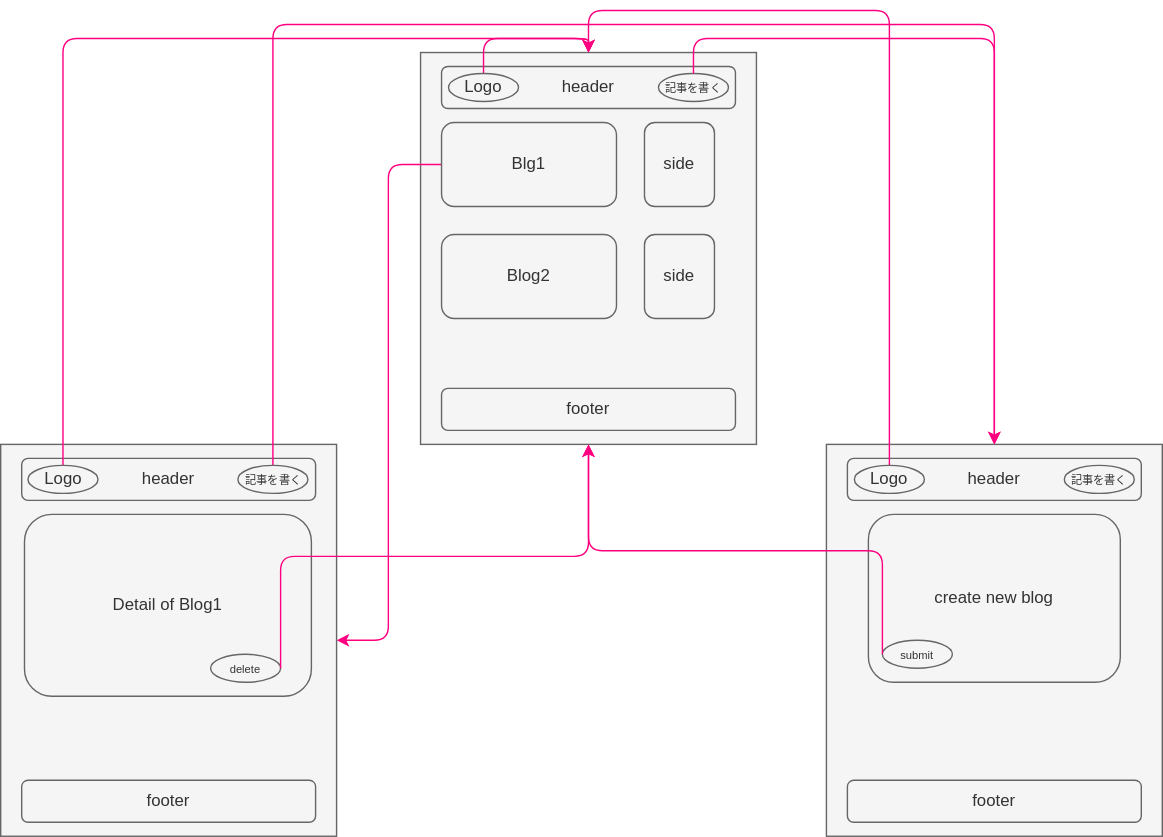
Before: screenImage.drawio.svg, a diagram exported from draw.io (exchange-wata/next.js14-tailwindcss-udemy-blog). Source tidied: cells renumbered, new cells last; positions are measured from the earlier drawing's top-left corner, leaving out a move shared by most shapes. The source it was exported from:
```xml
<mxGraphModel>
  <root>
    <mxCell id="0" />
    <mxCell id="1" parent="0" />
    <mxCell id="2" style="rounded=0;whiteSpace=wrap;html=1;fillColor=#f5f5f5;fontColor=#333333;strokeColor=#666666;" parent="1" vertex="1">
      <mxGeometry x="300" y="30" width="240" height="280" as="geometry" />
    </mxCell>
    <mxCell id="3" value="header" style="rounded=1;whiteSpace=wrap;html=1;fillColor=#f5f5f5;fontColor=#333333;strokeColor=#666666;" parent="1" vertex="1">
      <mxGeometry x="315" y="40" width="210" height="30" as="geometry" />
    </mxCell>
    <mxCell id="4" value="footer" style="rounded=1;whiteSpace=wrap;html=1;fillColor=#f5f5f5;fontColor=#333333;strokeColor=#666666;" parent="1" vertex="1">
      <mxGeometry x="315" y="270" width="210" height="30" as="geometry" />
    </mxCell>
    <mxCell id="5" style="edgeStyle=elbowEdgeStyle;html=1;exitX=0;exitY=0.5;exitDx=0;exitDy=0;entryX=1;entryY=0.5;entryDx=0;entryDy=0;strokeColor=#FF0080;fontColor=#000000;" parent="1" edge="1" source="6" target="14">
      <mxGeometry relative="1" as="geometry" />
    </mxCell>
    <mxCell id="6" value="Blg1" style="rounded=1;whiteSpace=wrap;html=1;fillColor=#f5f5f5;fontColor=#333333;strokeColor=#666666;" parent="1" vertex="1">
      <mxGeometry x="315" y="80" width="125" height="60" as="geometry" />
    </mxCell>
    <mxCell id="7" value="Blog2" style="rounded=1;whiteSpace=wrap;html=1;fillColor=#f5f5f5;fontColor=#333333;strokeColor=#666666;" parent="1" vertex="1">
      <mxGeometry x="315" y="160" width="125" height="60" as="geometry" />
    </mxCell>
    <mxCell id="8" value="side" style="rounded=1;whiteSpace=wrap;html=1;fillColor=#f5f5f5;fontColor=#333333;strokeColor=#666666;" parent="1" vertex="1">
      <mxGeometry x="460" y="80" width="50" height="60" as="geometry" />
    </mxCell>
    <mxCell id="9" value="side" style="rounded=1;whiteSpace=wrap;html=1;fillColor=#f5f5f5;fontColor=#333333;strokeColor=#666666;" parent="1" vertex="1">
      <mxGeometry x="460" y="160" width="50" height="60" as="geometry" />
    </mxCell>
    <mxCell id="10" style="rounded=0;whiteSpace=wrap;html=1;fillColor=#f5f5f5;fontColor=#333333;strokeColor=#666666;" parent="1" vertex="1">
      <mxGeometry x="590" y="310" width="240" height="280" as="geometry" />
    </mxCell>
    <mxCell id="11" value="header" style="rounded=1;whiteSpace=wrap;html=1;fillColor=#f5f5f5;fontColor=#333333;strokeColor=#666666;" parent="1" vertex="1">
      <mxGeometry x="605" y="320" width="210" height="30" as="geometry" />
    </mxCell>
    <mxCell id="12" value="footer" style="rounded=1;whiteSpace=wrap;html=1;fillColor=#f5f5f5;fontColor=#333333;strokeColor=#666666;" parent="1" vertex="1">
      <mxGeometry x="605" y="550" width="210" height="30" as="geometry" />
    </mxCell>
    <mxCell id="13" value="create new blog" style="rounded=1;whiteSpace=wrap;html=1;fillColor=#f5f5f5;fontColor=#333333;strokeColor=#666666;" parent="1" vertex="1">
      <mxGeometry x="620" y="360" width="180" height="120" as="geometry" />
    </mxCell>
    <mxCell id="14" style="rounded=0;whiteSpace=wrap;html=1;fillColor=#f5f5f5;fontColor=#333333;strokeColor=#666666;" parent="1" vertex="1">
      <mxGeometry y="310" width="240" height="280" as="geometry" />
    </mxCell>
    <mxCell id="15" value="header" style="rounded=1;whiteSpace=wrap;html=1;fillColor=#f5f5f5;fontColor=#333333;strokeColor=#666666;" parent="1" vertex="1">
      <mxGeometry x="15" y="320" width="210" height="30" as="geometry" />
    </mxCell>
    <mxCell id="16" value="footer" style="rounded=1;whiteSpace=wrap;html=1;fillColor=#f5f5f5;fontColor=#333333;strokeColor=#666666;" parent="1" vertex="1">
      <mxGeometry x="15" y="550" width="210" height="30" as="geometry" />
    </mxCell>
    <mxCell id="17" value="Detail of Blog1" style="rounded=1;whiteSpace=wrap;html=1;fillColor=#f5f5f5;fontColor=#333333;strokeColor=#666666;" parent="1" vertex="1">
      <mxGeometry x="17" y="360" width="205" height="130" as="geometry" />
    </mxCell>
    <mxCell id="18" style="edgeStyle=elbowEdgeStyle;html=1;exitX=0.5;exitY=0;exitDx=0;exitDy=0;entryX=0.5;entryY=0;entryDx=0;entryDy=0;strokeColor=#FF0080;fontSize=8;fontColor=#000000;" parent="1" edge="1" source="19" target="2">
      <mxGeometry relative="1" as="geometry">
        <Array as="points">
          <mxPoint x="330" y="20" />
        </Array>
      </mxGeometry>
    </mxCell>
    <mxCell id="19" value="Logo" style="ellipse;whiteSpace=wrap;html=1;fillColor=#f5f5f5;strokeColor=#666666;fontColor=#333333;" parent="1" vertex="1">
      <mxGeometry x="320" y="45" width="50" height="20" as="geometry" />
    </mxCell>
    <mxCell id="20" value="&lt;font style=&quot;font-size: 8px;&quot;&gt;記事を書く&lt;/font&gt;" style="ellipse;whiteSpace=wrap;html=1;fillColor=#f5f5f5;strokeColor=#666666;fontColor=#333333;" parent="1" vertex="1">
      <mxGeometry x="470" y="45" width="50" height="20" as="geometry" />
    </mxCell>
    <mxCell id="21" style="edgeStyle=elbowEdgeStyle;html=1;entryX=0.5;entryY=0;entryDx=0;entryDy=0;exitX=0.5;exitY=0;exitDx=0;exitDy=0;strokeColor=#FF0080;" parent="1" edge="1" source="20" target="10">
      <mxGeometry relative="1" as="geometry">
        <Array as="points">
          <mxPoint x="580" y="20" />
        </Array>
      </mxGeometry>
    </mxCell>
    <mxCell id="22" style="edgeStyle=elbowEdgeStyle;html=1;exitX=0.5;exitY=0;exitDx=0;exitDy=0;entryX=0.5;entryY=0;entryDx=0;entryDy=0;strokeColor=#FF0080;fontSize=8;fontColor=#000000;" parent="1" edge="1" source="23" target="2">
      <mxGeometry relative="1" as="geometry">
        <Array as="points">
          <mxPoint x="520" />
        </Array>
      </mxGeometry>
    </mxCell>
    <mxCell id="23" value="Logo" style="ellipse;whiteSpace=wrap;html=1;fillColor=#f5f5f5;strokeColor=#666666;fontColor=#333333;" parent="1" vertex="1">
      <mxGeometry x="610" y="325" width="50" height="20" as="geometry" />
    </mxCell>
    <mxCell id="24" value="&lt;font style=&quot;font-size: 8px;&quot;&gt;記事を書く&lt;/font&gt;" style="ellipse;whiteSpace=wrap;html=1;fillColor=#f5f5f5;strokeColor=#666666;fontColor=#333333;" parent="1" vertex="1">
      <mxGeometry x="760" y="325" width="50" height="20" as="geometry" />
    </mxCell>
    <mxCell id="25" style="edgeStyle=elbowEdgeStyle;html=1;exitX=0.5;exitY=0;exitDx=0;exitDy=0;entryX=0.5;entryY=0;entryDx=0;entryDy=0;strokeColor=#FF0080;fontSize=8;fontColor=#000000;" parent="1" edge="1" source="26" target="2">
      <mxGeometry relative="1" as="geometry">
        <Array as="points">
          <mxPoint x="60" y="20" />
        </Array>
      </mxGeometry>
    </mxCell>
    <mxCell id="26" value="Logo" style="ellipse;whiteSpace=wrap;html=1;fillColor=#f5f5f5;strokeColor=#666666;fontColor=#333333;" parent="1" vertex="1">
      <mxGeometry x="19.5" y="325" width="50" height="20" as="geometry" />
    </mxCell>
    <mxCell id="27" style="edgeStyle=elbowEdgeStyle;html=1;exitX=0.5;exitY=0;exitDx=0;exitDy=0;entryX=0.5;entryY=0;entryDx=0;entryDy=0;strokeColor=#FF0080;fontSize=8;fontColor=#000000;" parent="1" edge="1" source="28" target="10">
      <mxGeometry relative="1" as="geometry">
        <Array as="points">
          <mxPoint x="440" y="10" />
        </Array>
      </mxGeometry>
    </mxCell>
    <mxCell id="28" value="&lt;font style=&quot;font-size: 8px;&quot;&gt;記事を書く&lt;/font&gt;" style="ellipse;whiteSpace=wrap;html=1;fillColor=#f5f5f5;strokeColor=#666666;fontColor=#333333;" parent="1" vertex="1">
      <mxGeometry x="169.5" y="325" width="50" height="20" as="geometry" />
    </mxCell>
    <mxCell id="29" value="&lt;span style=&quot;font-size: 8px;&quot;&gt;delete&lt;/span&gt;" style="ellipse;whiteSpace=wrap;html=1;fillColor=#f5f5f5;strokeColor=#666666;fontColor=#333333;" parent="1" vertex="1">
      <mxGeometry x="150" y="460" width="50" height="20" as="geometry" />
    </mxCell>
    <mxCell id="30" value="&lt;span style=&quot;font-size: 8px;&quot;&gt;submit&lt;/span&gt;" style="ellipse;whiteSpace=wrap;html=1;fillColor=#f5f5f5;strokeColor=#666666;fontColor=#333333;" parent="1" vertex="1">
      <mxGeometry x="630" y="450" width="50" height="20" as="geometry" />
    </mxCell>
    <mxCell id="31" style="edgeStyle=elbowEdgeStyle;html=1;strokeColor=#FF0080;fontColor=#000000;exitX=1;exitY=0.5;exitDx=0;exitDy=0;elbow=vertical;" parent="1" edge="1" source="29">
      <mxGeometry relative="1" as="geometry">
        <mxPoint x="420" y="310" as="targetPoint" />
      </mxGeometry>
    </mxCell>
    <mxCell id="32" style="edgeStyle=elbowEdgeStyle;html=1;strokeColor=#FF0080;fontColor=#000000;exitX=0;exitY=0.5;exitDx=0;exitDy=0;entryX=0.5;entryY=1;entryDx=0;entryDy=0;elbow=vertical;" parent="1" edge="1" source="30" target="2">
      <mxGeometry relative="1" as="geometry" />
    </mxCell>
  </root>
</mxGraphModel>
```
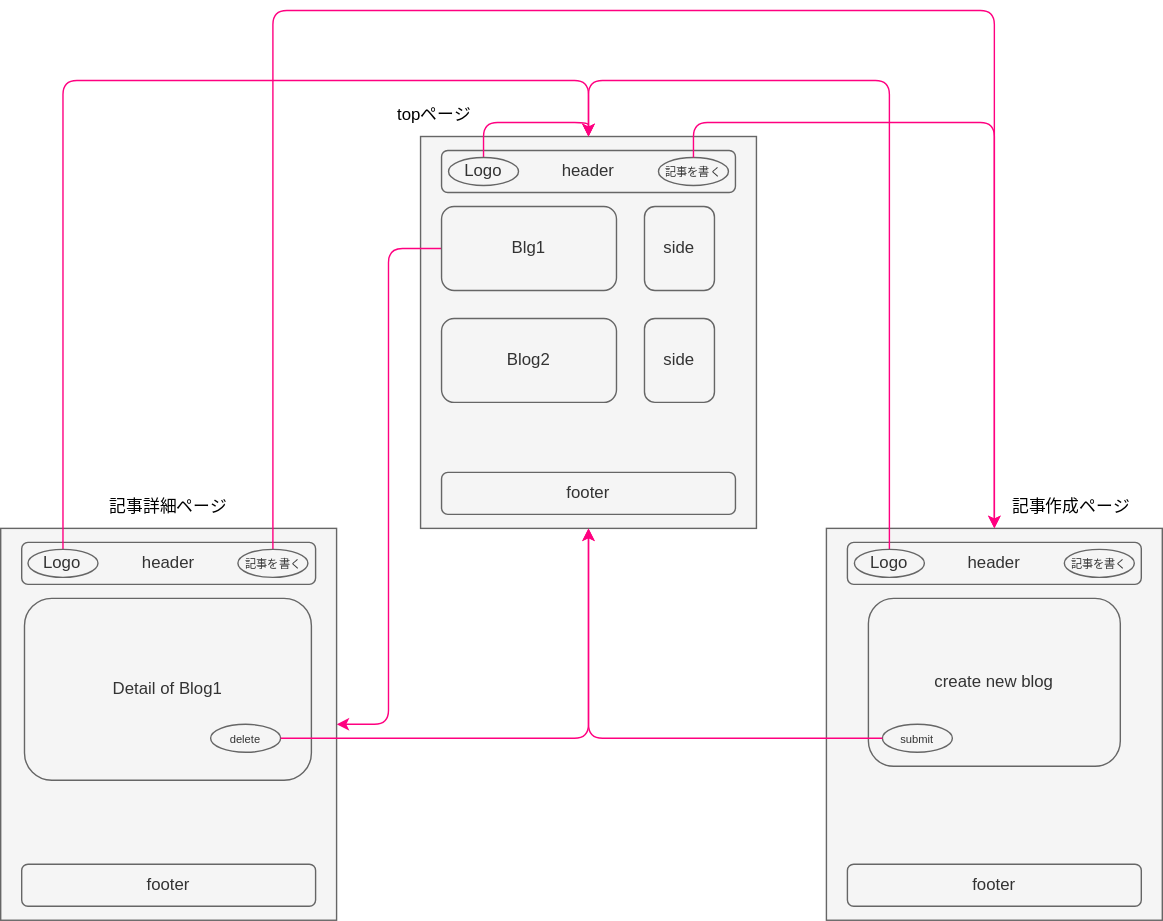
Later version of the same file.

Commit message:
画像修正&readmeに追加

What changed in the source:
```diff
@@ -73,7 +73,7 @@
     <mxCell id="22" style="edgeStyle=elbowEdgeStyle;html=1;exitX=0.5;exitY=0;exitDx=0;exitDy=0;entryX=0.5;entryY=0;entryDx=0;entryDy=0;strokeColor=#FF0080;fontSize=8;fontColor=#000000;" parent="1" edge="1" source="23" target="2">
       <mxGeometry relative="1" as="geometry">
         <Array as="points">
-          <mxPoint x="520" />
+          <mxPoint x="530" y="-10" />
         </Array>
       </mxGeometry>
     </mxCell>
@@ -86,6 +86,7 @@
     <mxCell id="25" style="edgeStyle=elbowEdgeStyle;html=1;exitX=0.5;exitY=0;exitDx=0;exitDy=0;entryX=0.5;entryY=0;entryDx=0;entryDy=0;strokeColor=#FF0080;fontSize=8;fontColor=#000000;" parent="1" edge="1" source="26" target="2">
       <mxGeometry relative="1" as="geometry">
         <Array as="points">
+          <mxPoint x="310" y="-10" />
           <mxPoint x="60" y="20" />
         </Array>
       </mxGeometry>
@@ -96,7 +97,7 @@
     <mxCell id="27" style="edgeStyle=elbowEdgeStyle;html=1;exitX=0.5;exitY=0;exitDx=0;exitDy=0;entryX=0.5;entryY=0;entryDx=0;entryDy=0;strokeColor=#FF0080;fontSize=8;fontColor=#000000;" parent="1" edge="1" source="28" target="10">
       <mxGeometry relative="1" as="geometry">
         <Array as="points">
-          <mxPoint x="440" y="10" />
+          <mxPoint x="440" y="-60" />
         </Array>
       </mxGeometry>
     </mxCell>
@@ -104,7 +105,7 @@
       <mxGeometry x="169.5" y="325" width="50" height="20" as="geometry" />
     </mxCell>
     <mxCell id="29" value="&lt;span style=&quot;font-size: 8px;&quot;&gt;delete&lt;/span&gt;" style="ellipse;whiteSpace=wrap;html=1;fillColor=#f5f5f5;strokeColor=#666666;fontColor=#333333;" parent="1" vertex="1">
-      <mxGeometry x="150" y="460" width="50" height="20" as="geometry" />
+      <mxGeometry x="150" y="450" width="50" height="20" as="geometry" />
     </mxCell>
     <mxCell id="30" value="&lt;span style=&quot;font-size: 8px;&quot;&gt;submit&lt;/span&gt;" style="ellipse;whiteSpace=wrap;html=1;fillColor=#f5f5f5;strokeColor=#666666;fontColor=#333333;" parent="1" vertex="1">
       <mxGeometry x="630" y="450" width="50" height="20" as="geometry" />
@@ -112,10 +113,26 @@
     <mxCell id="31" style="edgeStyle=elbowEdgeStyle;html=1;strokeColor=#FF0080;fontColor=#000000;exitX=1;exitY=0.5;exitDx=0;exitDy=0;elbow=vertical;" parent="1" edge="1" source="29">
       <mxGeometry relative="1" as="geometry">
         <mxPoint x="420" y="310" as="targetPoint" />
+        <Array as="points">
+          <mxPoint x="310" y="460" />
+        </Array>
       </mxGeometry>
     </mxCell>
     <mxCell id="32" style="edgeStyle=elbowEdgeStyle;html=1;strokeColor=#FF0080;fontColor=#000000;exitX=0;exitY=0.5;exitDx=0;exitDy=0;entryX=0.5;entryY=1;entryDx=0;entryDy=0;elbow=vertical;" parent="1" edge="1" source="30" target="2">
-      <mxGeometry relative="1" as="geometry" />
+      <mxGeometry relative="1" as="geometry">
+        <Array as="points">
+          <mxPoint x="530" y="460" />
+        </Array>
+      </mxGeometry>
     </mxCell>
+    <mxCell id="33" value="記事詳細ページ" style="text;html=1;strokeColor=none;fillColor=none;align=center;verticalAlign=middle;whiteSpace=wrap;rounded=0;" parent="1" vertex="1">
+      <mxGeometry x="70" y="280" width="100" height="30" as="geometry" />
+    </mxCell>
+    <mxCell id="34" value="記事作成ページ" style="text;html=1;strokeColor=none;fillColor=none;align=center;verticalAlign=middle;whiteSpace=wrap;rounded=0;" parent="1" vertex="1">
+      <mxGeometry x="715" y="280" width="100" height="30" as="geometry" />
+    </mxCell>
+    <mxCell id="35" value="topページ" style="text;html=1;strokeColor=none;fillColor=none;align=center;verticalAlign=middle;whiteSpace=wrap;rounded=0;" parent="1" vertex="1">
+      <mxGeometry x="260" width="100" height="30" as="geometry" />
+    </mxCell>
   </root>
 </mxGraphModel>
```
